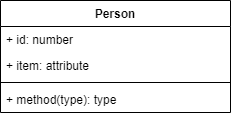
Earlier version of the draw.io export Java Core 11/AirlineReservationSystem.drawio.drawio.png (Ayu-Github07/Assignments). Source tidied: cells renumbered, new cells last; positions are measured from the earlier drawing's top-left corner, leaving out a move shared by most shapes.
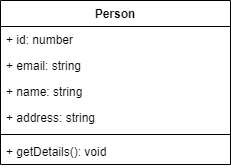
The same diagram one commit later.

Diff of the diagram source:
```diff
@@ -3,19 +3,25 @@
     <mxCell id="0" />
     <mxCell id="1" parent="0" />
     <mxCell id="2" value="Person" style="swimlane;fontStyle=1;align=center;verticalAlign=top;horizontal=1;startSize=26;" parent="1" vertex="1">
-      <mxGeometry width="230" height="112" as="geometry" />
+      <mxGeometry width="230" height="164" as="geometry" />
     </mxCell>
     <mxCell id="3" value="+ id: number&#10;" style="text;strokeColor=none;fillColor=none;align=left;verticalAlign=top;spacingLeft=4;spacingRight=4;overflow=hidden;" parent="2" vertex="1">
       <mxGeometry y="26" width="230" height="26" as="geometry" />
     </mxCell>
+    <mxCell id="7" value="+ email: string" style="text;strokeColor=none;fillColor=none;align=left;verticalAlign=top;spacingLeft=4;spacingRight=4;overflow=hidden;" parent="2" vertex="1">
+      <mxGeometry y="52" width="230" height="26" as="geometry" />
+    </mxCell>
-    <mxCell id="4" value="+ item: attribute" style="text;strokeColor=none;fillColor=none;align=left;verticalAlign=top;spacingLeft=4;spacingRight=4;overflow=hidden;" parent="2" vertex="1">
-      <mxGeometry y="52" width="230" height="26" as="geometry" />
+    <mxCell id="4" value="+ name: string" style="text;strokeColor=none;fillColor=none;align=left;verticalAlign=top;spacingLeft=4;spacingRight=4;overflow=hidden;" parent="2" vertex="1">
+      <mxGeometry y="78" width="230" height="26" as="geometry" />
     </mxCell>
+    <mxCell id="8" value="+ address: string" style="text;strokeColor=none;fillColor=none;align=left;verticalAlign=top;spacingLeft=4;spacingRight=4;overflow=hidden;" parent="2" vertex="1">
+      <mxGeometry y="104" width="230" height="26" as="geometry" />
+    </mxCell>
     <mxCell id="5" style="line;strokeWidth=1;fillColor=none;align=left;verticalAlign=middle;spacingTop=-1;spacingLeft=3;spacingRight=3;labelPosition=right;" parent="2" vertex="1">
-      <mxGeometry y="78" width="230" height="8" as="geometry" />
+      <mxGeometry y="130" width="230" height="8" as="geometry" />
     </mxCell>
-    <mxCell id="6" value="+ method(type): type" style="text;strokeColor=none;fillColor=none;align=left;verticalAlign=top;spacingLeft=4;spacingRight=4;overflow=hidden;" parent="2" vertex="1">
-      <mxGeometry y="86" width="230" height="26" as="geometry" />
+    <mxCell id="6" value="+ getDetails(): void" style="text;strokeColor=none;fillColor=none;align=left;verticalAlign=top;spacingLeft=4;spacingRight=4;overflow=hidden;" parent="2" vertex="1">
+      <mxGeometry y="138" width="230" height="26" as="geometry" />
     </mxCell>
   </root>
 </mxGraphModel>
```
